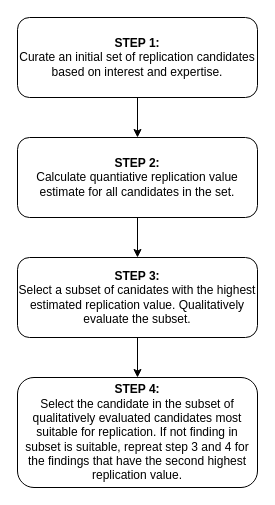
Above: Figure_5.drawio in pederisager/2020_RV_citations_sample_size (draw.io), before the change. Source tidied: cells renumbered, new cells numbered last; positions are measured from the earlier drawing's top-left corner, leaving out a move shared by most shapes. Both pictures are drawn from the tidied source at 100%, with x=0, y=0 at pixel (17, 17).
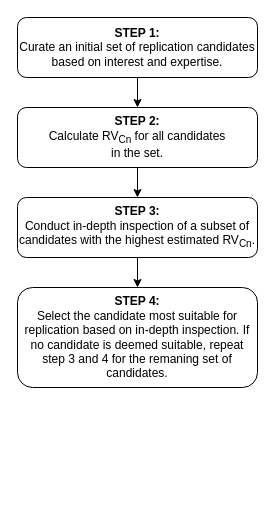
The same page after the edit.

Diff of the diagram source:
```diff
@@
 <mxGraphModel>
   <root>
     <mxCell id="0" />
     <mxCell id="1" parent="0" />
     <mxCell id="2" style="edgeStyle=orthogonalEdgeStyle;rounded=0;jettySize=auto;html=1;" parent="1" edge="1" source="3" target="5">
       <mxGeometry relative="1" as="geometry" />
     </mxCell>
     <mxCell id="3" value="&lt;b&gt;STEP 1:&lt;/b&gt;&lt;br&gt;Curate an initial set of replication candidates based on interest and expertise." style="rounded=1;whiteSpace=wrap;html=1;" parent="1" vertex="1">
-      <mxGeometry width="240" height="80" as="geometry" />
+      <mxGeometry width="240" height="60" as="geometry" />
     </mxCell>
     <mxCell id="4" style="edgeStyle=orthogonalEdgeStyle;rounded=0;jettySize=auto;html=1;" parent="1" edge="1" source="5" target="7">
       <mxGeometry relative="1" as="geometry" />
     </mxCell>
-    <mxCell id="5" value="&lt;b&gt;STEP 2:&lt;/b&gt;&lt;br&gt;Calculate quantiative replication value estimate for all candidates in the set." style="rounded=1;whiteSpace=wrap;html=1;" parent="1" vertex="1">
-      <mxGeometry y="120" width="240" height="80" as="geometry" />
+    <mxCell id="5" value="&lt;b&gt;STEP 2:&lt;/b&gt;&lt;br&gt;Calculate RV&lt;sub&gt;Cn&lt;/sub&gt;&amp;nbsp;for all candidates &lt;br&gt;in the set." style="rounded=1;whiteSpace=wrap;html=1;" parent="1" vertex="1">
+      <mxGeometry y="90" width="240" height="60" as="geometry" />
     </mxCell>
     <mxCell id="6" style="edgeStyle=orthogonalEdgeStyle;rounded=0;jettySize=auto;html=1;" parent="1" edge="1" source="7" target="8">
       <mxGeometry relative="1" as="geometry" />
     </mxCell>
-    <mxCell id="7" value="&lt;b&gt;STEP 3:&lt;/b&gt;&lt;br&gt;Select a subset of canidates with the highest estimated replication value. Qualitatively evaluate the subset." style="rounded=1;whiteSpace=wrap;html=1;" parent="1" vertex="1">
-      <mxGeometry y="240" width="240" height="80" as="geometry" />
+    <mxCell id="7" value="&lt;b&gt;STEP 3:&lt;/b&gt;&lt;br&gt;Conduct in-depth inspection of a subset of candidates with the highest estimated RV&lt;sub&gt;Cn&lt;/sub&gt;." style="rounded=1;whiteSpace=wrap;html=1;" parent="1" vertex="1">
+      <mxGeometry y="180" width="240" height="60" as="geometry" />
     </mxCell>
-    <mxCell id="8" value="&lt;b&gt;STEP 4:&lt;/b&gt;&lt;br&gt;Select the candidate in the subset of qualitatively evaluated candidates most suitable for replication. If not finding in subset is suitable, repreat step 3 and 4 for the findings that have the second highest replication value." style="rounded=1;whiteSpace=wrap;html=1;" parent="1" vertex="1">
-      <mxGeometry y="360" width="240" height="110" as="geometry" />
+    <mxCell id="8" value="&lt;b&gt;STEP 4:&lt;/b&gt;&lt;br&gt;Select the candidate most suitable for replication based on in-depth inspection. If no candidate is deemed suitable, repeat step 3 and 4 for the remaning set of candidates." style="rounded=1;whiteSpace=wrap;html=1;" parent="1" vertex="1">
+      <mxGeometry y="270" width="240" height="100" as="geometry" />
     </mxCell>
   </root>
 </mxGraphModel>
```
